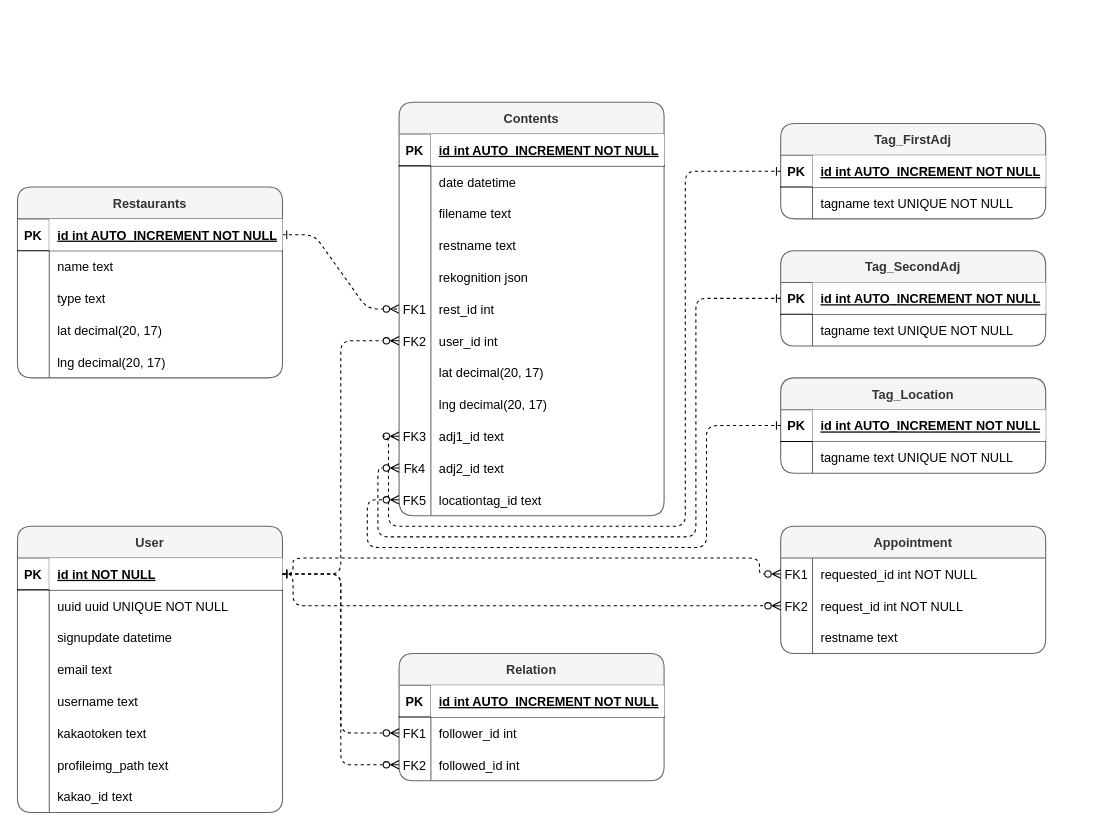
This is Entity Relation Diagram.drawio from flavor-us/backend, a draw.io file, before an edit. Source tidied: cells renumbered, new cells numbered last; positions are measured from the earlier drawing's top-left corner, leaving out a move shared by most shapes. Both pictures are drawn from the tidied source at 106%, with x=0, y=0 at pixel (17, 102).
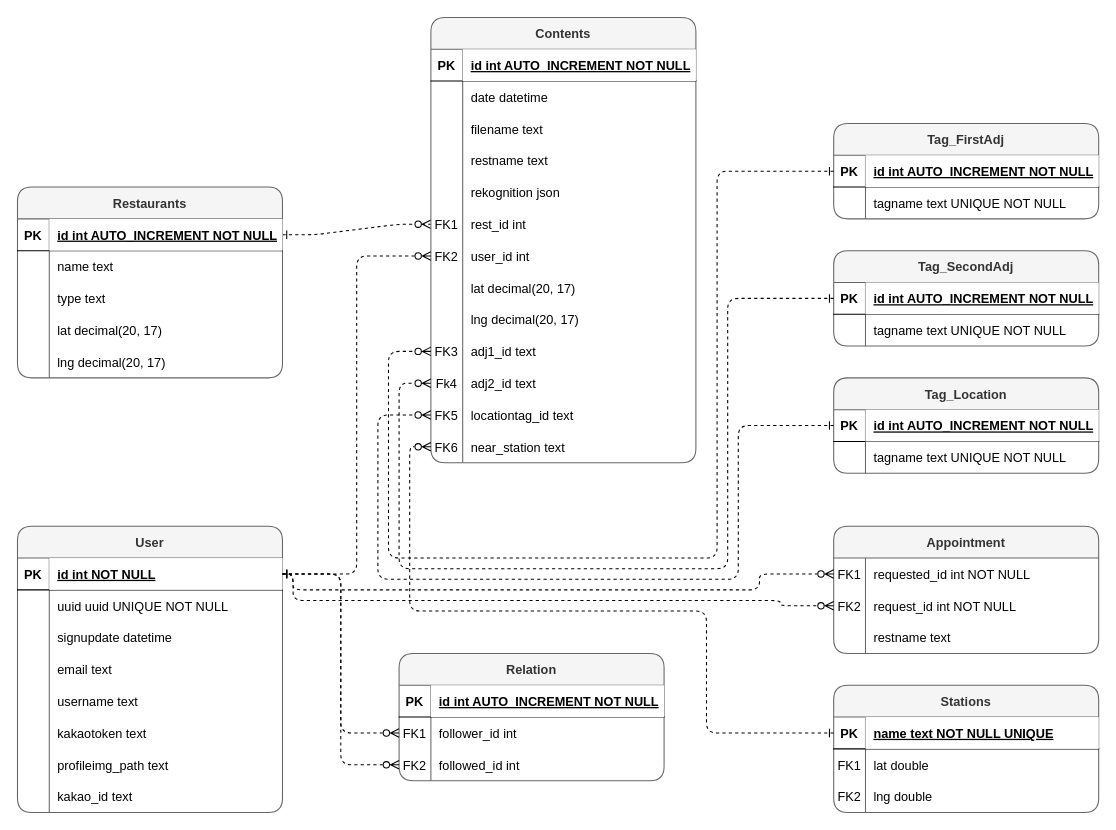
The same diagram, later.

Commit message:
modify ERD - add station Table

Unchanged cells that the change refers to:
```xml
<mxCell id="20" style="shape=partialRectangle;fillColor=none;points=[[0,0.5],[1,0.5]];portConstraint=eastwest;top=0;left=0;right=0;bottom=1;rounded=1;" parent="19" vertex="1">
  <mxGeometry y="30" width="250" height="30" as="geometry" />
</mxCell>
<mxCell id="54" style="shape=partialRectangle;fillColor=none;points=[[0,0.5],[1,0.5]];portConstraint=eastwest;top=0;left=0;right=0;bottom=0;rounded=1;" parent="26" vertex="1">
  <mxGeometry y="300" width="250" height="30" as="geometry" />
</mxCell>
<mxCell id="57" style="shape=partialRectangle;fillColor=none;points=[[0,0.5],[1,0.5]];portConstraint=eastwest;top=0;left=0;right=0;bottom=0;rounded=1;" parent="26" vertex="1">
  <mxGeometry y="330" width="250" height="30" as="geometry" />
</mxCell>
<mxCell id="60" style="shape=partialRectangle;fillColor=none;points=[[0,0.5],[1,0.5]];portConstraint=eastwest;top=0;left=0;right=0;bottom=0;rounded=1;" parent="26" vertex="1">
  <mxGeometry y="360" width="250" height="30" as="geometry" />
</mxCell>
<mxCell id="64" style="shape=partialRectangle;fillColor=none;top=0;left=0;bottom=1;right=0;points=[[0,0.5],[1,0.5]];portConstraint=eastwest;rounded=1;" parent="63" vertex="1">
  <mxGeometry y="30" width="250" height="30" as="geometry" />
</mxCell>
<mxCell id="102" style="shape=partialRectangle;fillColor=none;top=0;left=0;bottom=0;right=0;points=[[0,0.5],[1,0.5]];portConstraint=eastwest;rounded=1;" parent="101" vertex="1">
  <mxGeometry y="30" width="250" height="30" as="geometry" />
</mxCell>
<mxCell id="105" style="shape=partialRectangle;fillColor=none;top=0;left=0;bottom=0;right=0;points=[[0,0.5],[1,0.5]];portConstraint=eastwest;rounded=1;" parent="101" vertex="1">
  <mxGeometry y="60" width="250" height="30" as="geometry" />
</mxCell>
<mxCell id="114" style="shape=partialRectangle;fillColor=none;points=[[0,0.5],[1,0.5]];portConstraint=eastwest;top=0;left=0;right=0;bottom=1;rounded=1;" parent="113" vertex="1">
  <mxGeometry y="30" width="250" height="30" as="geometry" />
</mxCell>
<mxCell id="121" style="shape=partialRectangle;fillColor=none;points=[[0,0.5],[1,0.5]];portConstraint=eastwest;top=0;left=0;right=0;bottom=1;rounded=1;" parent="120" vertex="1">
  <mxGeometry y="30" width="250" height="30" as="geometry" />
</mxCell>
```

Change to the diagram source:
```diff
@@
     <mxCell id="19" value="Tag_FirstAdj" style="shape=table;startSize=30;childLayout=tableLayout;rowLines=0;fontStyle=1;align=center;fillColor=#f5f5f5;strokeColor=#666666;fontColor=#333333;rounded=1;" parent="1" vertex="1">
-      <mxGeometry x="720" y="20" width="250" height="90" as="geometry" />
+      <mxGeometry x="770" y="20" width="250" height="90" as="geometry" />
     </mxCell>
@@
     <mxCell id="26" value="Contents" style="shape=table;startSize=30;childLayout=tableLayout;rowLines=0;fontStyle=1;align=center;fillColor=#f5f5f5;strokeColor=#666666;fontColor=#333333;rounded=1;" parent="1" vertex="1">
-      <mxGeometry x="360" width="250" height="390" as="geometry" />
+      <mxGeometry x="390" y="-80" width="250" height="420" as="geometry" />
     </mxCell>
@@
+    <mxCell id="130" style="shape=partialRectangle;fillColor=none;points=[[0,0.5],[1,0.5]];portConstraint=eastwest;top=0;left=0;right=0;bottom=0;rounded=1;" parent="26" vertex="1">
+      <mxGeometry y="390" width="250" height="30" as="geometry" />
+    </mxCell>
+    <mxCell id="131" value="FK6" style="shape=partialRectangle;overflow=hidden;fillColor=none;top=0;left=0;bottom=0;right=0;rounded=1;" parent="130" vertex="1">
+      <mxGeometry width="30" height="30" as="geometry" />
+    </mxCell>
+    <mxCell id="132" value="near_station text" style="shape=partialRectangle;overflow=hidden;fillColor=none;top=0;left=0;bottom=0;right=0;align=left;spacingLeft=6;rounded=1;" parent="130" vertex="1">
+      <mxGeometry x="30" width="220" height="30" as="geometry" />
+    </mxCell>
@@
     <mxCell id="101" value="Appointment" style="shape=table;startSize=30;childLayout=tableLayout;rowLines=0;fontStyle=1;align=center;fillColor=#f5f5f5;strokeColor=#666666;fontColor=#333333;rounded=1;" parent="1" vertex="1">
-      <mxGeometry x="720" y="400" width="250" height="120" as="geometry" />
+      <mxGeometry x="770" y="400" width="250" height="120" as="geometry" />
     </mxCell>
@@
     <mxCell id="111" style="edgeStyle=orthogonalEdgeStyle;jettySize=auto;html=1;exitX=1;exitY=0.5;exitDx=0;exitDy=0;entryX=0;entryY=0.5;entryDx=0;entryDy=0;endArrow=ERzeroToMany;endFill=0;startArrow=ERone;startFill=0;dashed=1;" parent="1" edge="1" source="64" target="102">
       <mxGeometry relative="1" as="geometry">
         <Array as="points">
           <mxPoint x="260" y="445" />
-          <mxPoint x="260" y="430" />
-          <mxPoint x="700" y="430" />
+          <mxPoint x="260" y="460" />
+          <mxPoint x="700" y="460" />
           <mxPoint x="700" y="445" />
         </Array>
       </mxGeometry>
     </mxCell>
     <mxCell id="112" style="edgeStyle=orthogonalEdgeStyle;jettySize=auto;html=1;exitX=1;exitY=0.5;exitDx=0;exitDy=0;entryX=0;entryY=0.5;entryDx=0;entryDy=0;endArrow=ERzeroToMany;endFill=0;startArrow=ERone;startFill=0;dashed=1;" parent="1" edge="1" source="64" target="105">
       <mxGeometry relative="1" as="geometry">
         <Array as="points">
           <mxPoint x="260" y="445" />
-          <mxPoint x="260" y="475" />
+          <mxPoint x="260" y="470" />
+          <mxPoint x="720" y="470" />
         </Array>
       </mxGeometry>
     </mxCell>
     <mxCell id="113" value="Tag_SecondAdj" style="shape=table;startSize=30;childLayout=tableLayout;rowLines=0;fontStyle=1;align=center;fillColor=#f5f5f5;strokeColor=#666666;fontColor=#333333;rounded=1;" parent="1" vertex="1">
-      <mxGeometry x="720" y="140" width="250" height="90" as="geometry" />
+      <mxGeometry x="770" y="140" width="250" height="90" as="geometry" />
     </mxCell>
@@
     <mxCell id="120" value="Tag_Location" style="shape=table;startSize=30;childLayout=tableLayout;rowLines=0;fontStyle=1;align=center;fillColor=#f5f5f5;strokeColor=#666666;fontColor=#333333;rounded=1;" parent="1" vertex="1">
-      <mxGeometry x="720" y="260" width="250" height="90" as="geometry" />
+      <mxGeometry x="770" y="260" width="250" height="90" as="geometry" />
     </mxCell>
@@
-    <mxCell id="127" style="edgeStyle=orthogonalEdgeStyle;jettySize=auto;html=1;exitX=0;exitY=0.5;exitDx=0;exitDy=0;entryX=0;entryY=0.5;entryDx=0;entryDy=0;endArrow=ERzeroToMany;endFill=0;startArrow=ERone;startFill=0;dashed=1;" parent="1" edge="1" source="20" target="54">
+    <mxCell id="127" style="edgeStyle=orthogonalEdgeStyle;jettySize=auto;html=1;exitX=0;exitY=0.5;exitDx=0;exitDy=0;endArrow=ERzeroToMany;endFill=0;startArrow=ERone;startFill=0;dashed=1;entryX=0;entryY=0.5;entryDx=0;entryDy=0;" parent="1" edge="1" source="20" target="54">
       <mxGeometry relative="1" as="geometry">
         <Array as="points">
-          <mxPoint x="630" y="65" />
-          <mxPoint x="630" y="400" />
-          <mxPoint x="350" y="400" />
-          <mxPoint x="350" y="315" />
+          <mxPoint x="660" y="65" />
+          <mxPoint x="660" y="430" />
+          <mxPoint x="350" y="430" />
+          <mxPoint x="350" y="235" />
         </Array>
       </mxGeometry>
     </mxCell>
     <mxCell id="128" style="edgeStyle=orthogonalEdgeStyle;jettySize=auto;html=1;entryX=0;entryY=0.5;entryDx=0;entryDy=0;endArrow=ERzeroToMany;endFill=0;startArrow=ERone;startFill=0;dashed=1;exitX=0;exitY=0.5;exitDx=0;exitDy=0;" parent="1" edge="1" source="114" target="57">
       <mxGeometry relative="1" as="geometry">
         <Array as="points">
-          <mxPoint x="640" y="185" />
-          <mxPoint x="640" y="410" />
-          <mxPoint x="340" y="410" />
-          <mxPoint x="340" y="345" />
+          <mxPoint x="670" y="185" />
+          <mxPoint x="670" y="440" />
+          <mxPoint x="360" y="440" />
+          <mxPoint x="360" y="265" />
         </Array>
       </mxGeometry>
     </mxCell>
     <mxCell id="129" style="edgeStyle=orthogonalEdgeStyle;jettySize=auto;html=1;exitX=0;exitY=0.5;exitDx=0;exitDy=0;entryX=0;entryY=0.5;entryDx=0;entryDy=0;endArrow=ERzeroToMany;endFill=0;startArrow=ERone;startFill=0;dashed=1;" parent="1" edge="1" source="121" target="60">
       <mxGeometry relative="1" as="geometry">
         <Array as="points">
-          <mxPoint x="650" y="305" />
-          <mxPoint x="650" y="420" />
-          <mxPoint x="330" y="420" />
-          <mxPoint x="330" y="375" />
+          <mxPoint x="680" y="305" />
+          <mxPoint x="680" y="450" />
+          <mxPoint x="340" y="450" />
+          <mxPoint x="340" y="295" />
         </Array>
       </mxGeometry>
     </mxCell>
+    <mxCell id="133" value="Stations" style="shape=table;startSize=30;childLayout=tableLayout;rowLines=0;fontStyle=1;align=center;fillColor=#f5f5f5;strokeColor=#666666;fontColor=#333333;rounded=1;" parent="1" vertex="1">
+      <mxGeometry x="770" y="550" width="250" height="120" as="geometry" />
+    </mxCell>
+    <mxCell id="134" style="shape=partialRectangle;fillColor=none;top=0;left=0;bottom=1;right=0;points=[[0,0.5],[1,0.5]];portConstraint=eastwest;rounded=1;" parent="133" vertex="1">
+      <mxGeometry y="30" width="250" height="30" as="geometry" />
+    </mxCell>
+    <mxCell id="135" value="PK" style="shape=partialRectangle;fillColor=none;top=0;left=0;bottom=0;right=0;fontStyle=1;overflow=hidden;rounded=1;" parent="134" vertex="1">
+      <mxGeometry width="30" height="30" as="geometry" />
+    </mxCell>
+    <mxCell id="136" value="name text NOT NULL UNIQUE" style="shape=partialRectangle;top=0;left=0;bottom=0;right=0;align=left;spacingLeft=6;fontStyle=5;overflow=hidden;rounded=1;" parent="134" vertex="1">
+      <mxGeometry x="30" width="220" height="30" as="geometry" />
+    </mxCell>
+    <mxCell id="137" style="shape=partialRectangle;fillColor=none;top=0;left=0;bottom=0;right=0;rounded=1;" parent="133" vertex="1">
+      <mxGeometry y="60" width="250" height="30" as="geometry" />
+    </mxCell>
+    <mxCell id="138" value="FK1" style="shape=partialRectangle;fillColor=none;top=0;left=0;bottom=0;right=0;overflow=hidden;rounded=1;" parent="137" vertex="1">
+      <mxGeometry width="30" height="30" as="geometry" />
+    </mxCell>
+    <mxCell id="139" value="lat double" style="shape=partialRectangle;fillColor=none;top=0;left=0;bottom=0;right=0;align=left;spacingLeft=6;overflow=hidden;rounded=1;" parent="137" vertex="1">
+      <mxGeometry x="30" width="220" height="30" as="geometry" />
+    </mxCell>
+    <mxCell id="140" style="shape=partialRectangle;fillColor=none;top=0;left=0;bottom=0;right=0;rounded=1;" parent="133" vertex="1">
+      <mxGeometry y="90" width="250" height="30" as="geometry" />
+    </mxCell>
+    <mxCell id="141" value="FK2" style="shape=partialRectangle;fillColor=none;top=0;left=0;bottom=0;right=0;overflow=hidden;rounded=1;" parent="140" vertex="1">
+      <mxGeometry width="30" height="30" as="geometry" />
+    </mxCell>
+    <mxCell id="142" value="lng double" style="shape=partialRectangle;fillColor=none;top=0;left=0;bottom=0;right=0;align=left;spacingLeft=6;overflow=hidden;rounded=1;" parent="140" vertex="1">
+      <mxGeometry x="30" width="220" height="30" as="geometry" />
+    </mxCell>
+    <mxCell id="143" style="edgeStyle=orthogonalEdgeStyle;jettySize=auto;html=1;entryX=0;entryY=0.5;entryDx=0;entryDy=0;endArrow=ERzeroToMany;endFill=0;startArrow=ERone;startFill=0;dashed=1;exitX=0;exitY=0.5;exitDx=0;exitDy=0;" parent="1" edge="1" source="134" target="130">
+      <mxGeometry relative="1" as="geometry">
+        <Array as="points">
+          <mxPoint x="650" y="595" />
+          <mxPoint x="650" y="480" />
+          <mxPoint x="370" y="480" />
+          <mxPoint x="370" y="325" />
+        </Array>
+      </mxGeometry>
+    </mxCell>
```
